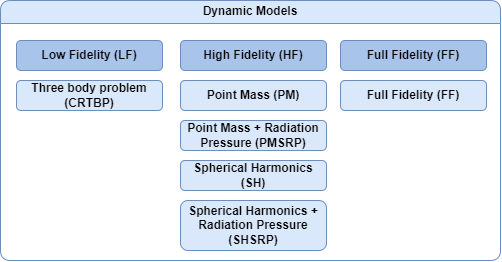
This is report/figures/DynamicModels.png from ThomasBosboom/ThesisSpace, a draw.io export, as it was before one commit. Source tidied: cells renumbered, new cells last; positions are measured from the earlier drawing's top-left corner, leaving out a move shared by most shapes.
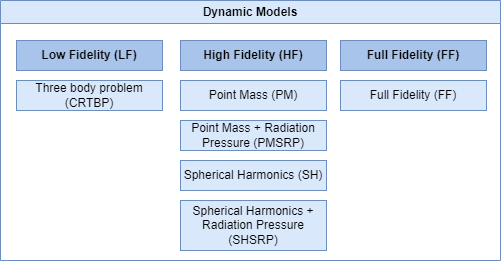
The same diagram one commit later.

The edit, as a diff of the source:
```diff
@@ -2,34 +2,34 @@
   <root>
     <mxCell id="0" />
     <mxCell id="1" parent="0" />
-    <mxCell id="2" value="&lt;b&gt;Spherical Harmonics + Radiation Pressure (SHSRP)&lt;/b&gt;" style="rounded=1;whiteSpace=wrap;html=1;fillColor=#dae8fc;strokeColor=#6c8ebf;" parent="1" vertex="1">
+    <mxCell id="2" value="Spherical Harmonics + Radiation Pressure (SHSRP)" style="rounded=0;whiteSpace=wrap;html=1;fillColor=#dae8fc;strokeColor=#6c8ebf;" parent="1" vertex="1">
       <mxGeometry x="180" y="200" width="146" height="50" as="geometry" />
     </mxCell>
-    <mxCell id="3" value="&lt;b&gt;Spherical Harmonics (SH)&lt;/b&gt;" style="rounded=1;whiteSpace=wrap;html=1;fillColor=#dae8fc;strokeColor=#6c8ebf;" parent="1" vertex="1">
+    <mxCell id="3" value="Spherical Harmonics (SH)" style="rounded=0;whiteSpace=wrap;html=1;fillColor=#dae8fc;strokeColor=#6c8ebf;" parent="1" vertex="1">
       <mxGeometry x="180" y="160" width="146" height="30" as="geometry" />
     </mxCell>
-    <mxCell id="4" value="&lt;b&gt;Point Mass + Radiation Pressure (PMSRP)&lt;/b&gt;" style="rounded=1;whiteSpace=wrap;html=1;fillColor=#dae8fc;strokeColor=#6c8ebf;" parent="1" vertex="1">
+    <mxCell id="4" value="Point Mass + Radiation Pressure (PMSRP)" style="rounded=0;whiteSpace=wrap;html=1;fillColor=#dae8fc;strokeColor=#6c8ebf;" parent="1" vertex="1">
       <mxGeometry x="180" y="120" width="146" height="30" as="geometry" />
     </mxCell>
-    <mxCell id="5" value="&lt;b&gt;Point Mass (PM)&lt;/b&gt;" style="rounded=1;whiteSpace=wrap;html=1;fillColor=#dae8fc;strokeColor=#6c8ebf;" parent="1" vertex="1">
+    <mxCell id="5" value="Point Mass (PM)" style="rounded=0;whiteSpace=wrap;html=1;fillColor=#dae8fc;strokeColor=#6c8ebf;" parent="1" vertex="1">
       <mxGeometry x="180" y="80" width="146" height="30" as="geometry" />
     </mxCell>
-    <mxCell id="6" value="&lt;b&gt;Low Fidelity (LF)&lt;/b&gt;" style="rounded=1;whiteSpace=wrap;html=1;fillColor=#A9C4EB;strokeColor=#6C8EBF;" parent="1" vertex="1">
+    <mxCell id="6" value="&lt;b&gt;Low Fidelity (LF)&lt;/b&gt;" style="rounded=0;whiteSpace=wrap;html=1;fillColor=#A9C4EB;strokeColor=#6C8EBF;" parent="1" vertex="1">
       <mxGeometry x="16" y="40" width="146" height="30" as="geometry" />
     </mxCell>
-    <mxCell id="7" value="&lt;b&gt;High Fidelity (HF)&lt;/b&gt;" style="rounded=1;whiteSpace=wrap;html=1;fillColor=#A9C4EB;strokeColor=#6C8EBF;" parent="1" vertex="1">
+    <mxCell id="7" value="&lt;b&gt;High Fidelity (HF)&lt;/b&gt;" style="rounded=0;whiteSpace=wrap;html=1;fillColor=#A9C4EB;strokeColor=#6C8EBF;" parent="1" vertex="1">
       <mxGeometry x="180" y="40" width="146" height="30" as="geometry" />
     </mxCell>
-    <mxCell id="8" value="&lt;b&gt;Three body problem (CRTBP)&lt;/b&gt;" style="rounded=1;whiteSpace=wrap;html=1;fillColor=#dae8fc;strokeColor=#6C8EBF;" parent="1" vertex="1">
+    <mxCell id="8" value="Three body problem (CRTBP)" style="rounded=0;whiteSpace=wrap;html=1;fillColor=#dae8fc;strokeColor=#6C8EBF;" parent="1" vertex="1">
       <mxGeometry x="16" y="80" width="146" height="30" as="geometry" />
     </mxCell>
-    <mxCell id="9" value="&lt;b&gt;Full Fidelity (FF)&lt;/b&gt;" style="rounded=1;whiteSpace=wrap;html=1;fillColor=#A9C4EB;strokeColor=#6C8EBF;" parent="1" vertex="1">
+    <mxCell id="9" value="&lt;b&gt;Full Fidelity (FF)&lt;/b&gt;" style="rounded=0;whiteSpace=wrap;html=1;fillColor=#A9C4EB;strokeColor=#6C8EBF;" parent="1" vertex="1">
       <mxGeometry x="340" y="40" width="146" height="30" as="geometry" />
     </mxCell>
-    <mxCell id="10" value="&lt;b&gt;Full Fidelity (FF)&lt;/b&gt;" style="rounded=1;whiteSpace=wrap;html=1;fillColor=#dae8fc;strokeColor=#6c8ebf;" parent="1" vertex="1">
+    <mxCell id="10" value="Full Fidelity (FF)" style="rounded=0;whiteSpace=wrap;html=1;fillColor=#dae8fc;strokeColor=#6c8ebf;" parent="1" vertex="1">
       <mxGeometry x="340" y="80" width="146" height="30" as="geometry" />
     </mxCell>
-    <mxCell id="11" value="Dynamic Models" style="swimlane;whiteSpace=wrap;html=1;fillColor=#dae8fc;strokeColor=#6c8ebf;shadow=0;rounded=1;" parent="1" vertex="1">
+    <mxCell id="11" value="Dynamic Models" style="swimlane;whiteSpace=wrap;html=1;fillColor=#dae8fc;strokeColor=#6c8ebf;shadow=0;rounded=0;" parent="1" vertex="1">
       <mxGeometry width="500" height="260" as="geometry" />
     </mxCell>
   </root>
```
